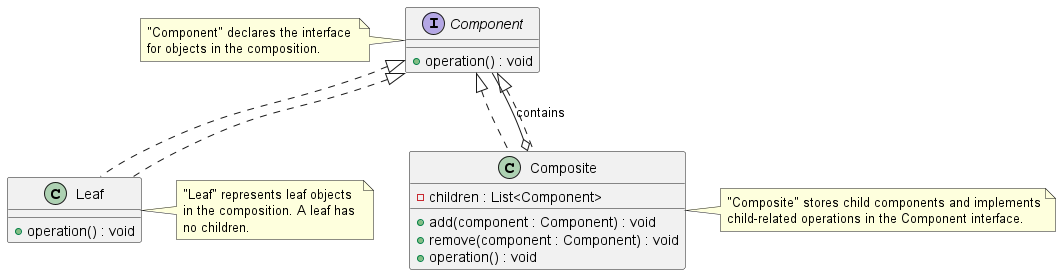
Above: Patterns/Manuscript/manuscript/images/ch07_Composite/CompositePatternClassDiagram.png in Gabriel-SoftwareAG/DesignPatterns (PlantUML), before the change.
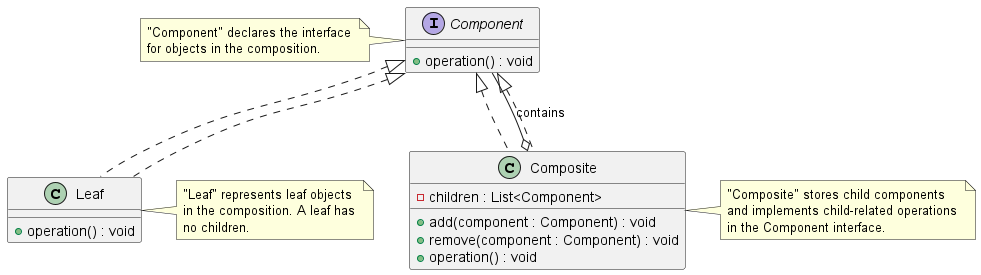
Above is the later version.

Change to the diagram source:
```diff
@@ -31,8 +31,9 @@
 end note
 
 note right of Composite
-  "Composite" stores child components and implements
-  child-related operations in the Component interface.
+  "Composite" stores child components
+  and implements child-related operations
+  in the Component interface.
 end note
 
 @enduml
```
